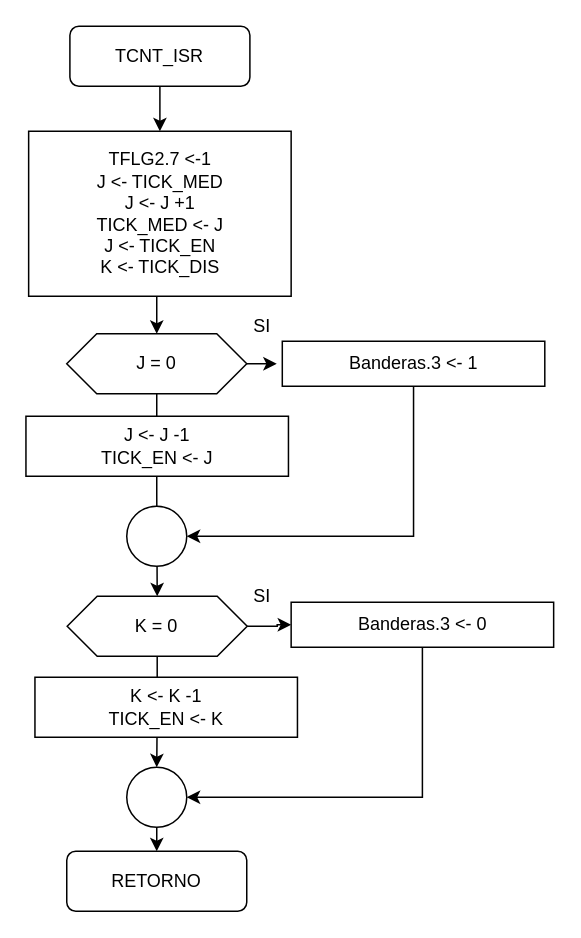
Earlier version of the draw.io diagram PF/TCNT_ISR.drawio (robz25/Microprocesadores). Source tidied: cells renumbered, new cells numbered last; positions are measured from the earlier drawing's top-left corner, leaving out a move shared by most shapes. Both pictures are drawn from the tidied source at 150%, with x=0, y=0 at pixel (26, 26).
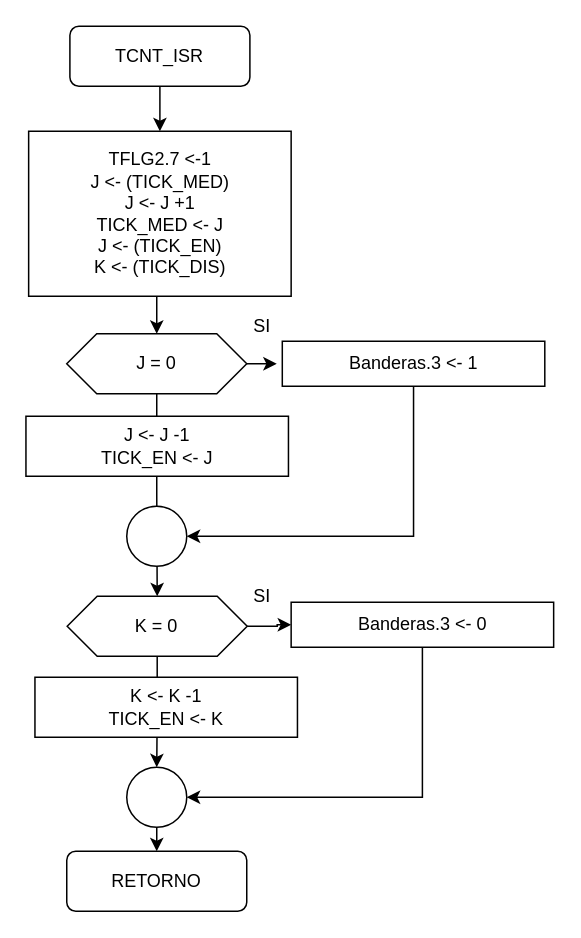
The same diagram, later.

Change to the diagram source:
```diff
@@
-    <mxCell id="11" value="&lt;div&gt;TFLG2.7 &amp;lt;-1&lt;/div&gt;&lt;div&gt;J &amp;lt;- TICK_MED&lt;/div&gt;&lt;div&gt;J &amp;lt;- J +1&lt;/div&gt;&lt;div&gt;TICK_MED &amp;lt;- J&lt;/div&gt;&lt;div&gt;J &amp;lt;- TICK_EN&lt;/div&gt;&lt;div&gt;K &amp;lt;- TICK_DIS&lt;br&gt;&lt;/div&gt;" style="rounded=0;whiteSpace=wrap;html=1;" parent="1" vertex="1">
+    <mxCell id="11" value="&lt;div&gt;TFLG2.7 &amp;lt;-1&lt;/div&gt;&lt;div&gt;J &amp;lt;- (TICK_MED)&lt;/div&gt;&lt;div&gt;J &amp;lt;- J +1&lt;/div&gt;&lt;div&gt;TICK_MED &amp;lt;- J&lt;/div&gt;&lt;div&gt;J &amp;lt;- (TICK_EN)&lt;/div&gt;&lt;div&gt;K &amp;lt;- (TICK_DIS)&lt;br&gt;&lt;/div&gt;" style="rounded=0;whiteSpace=wrap;html=1;" parent="1" vertex="1">
       <mxGeometry x="1.6" y="70" width="175" height="110" as="geometry" />
     </mxCell>
```
